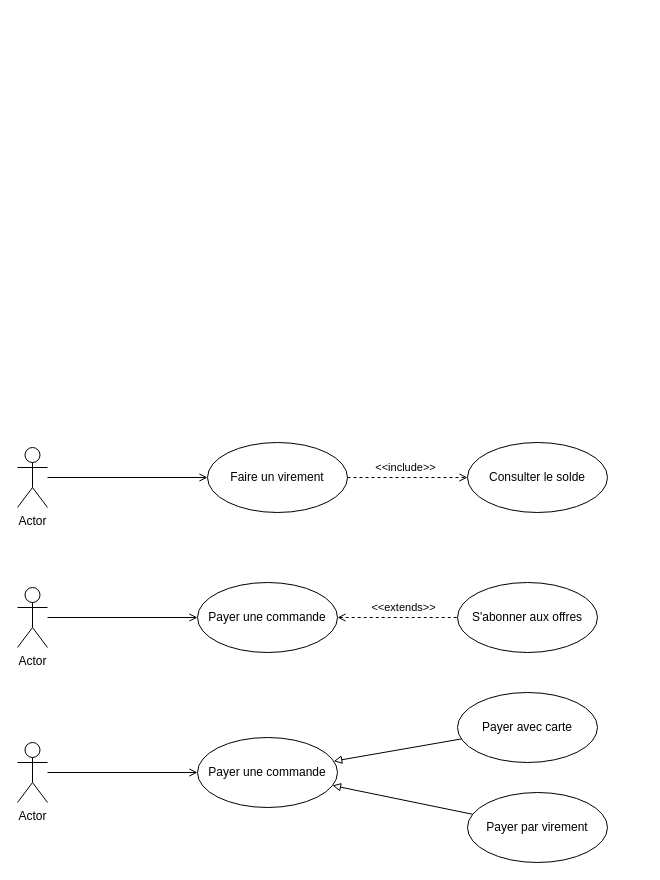
Above: UseCases/Diagrammes/Diagramma base.drawio in choquitofrito/Int3-WAD-UML (draw.io), before the change. Source tidied: cells renumbered, new cells numbered last; positions are measured from the earlier drawing's top-left corner, leaving out a move shared by most shapes. Both pictures are drawn from the tidied source at 100%, with x=0, y=0 at pixel (17, 442).
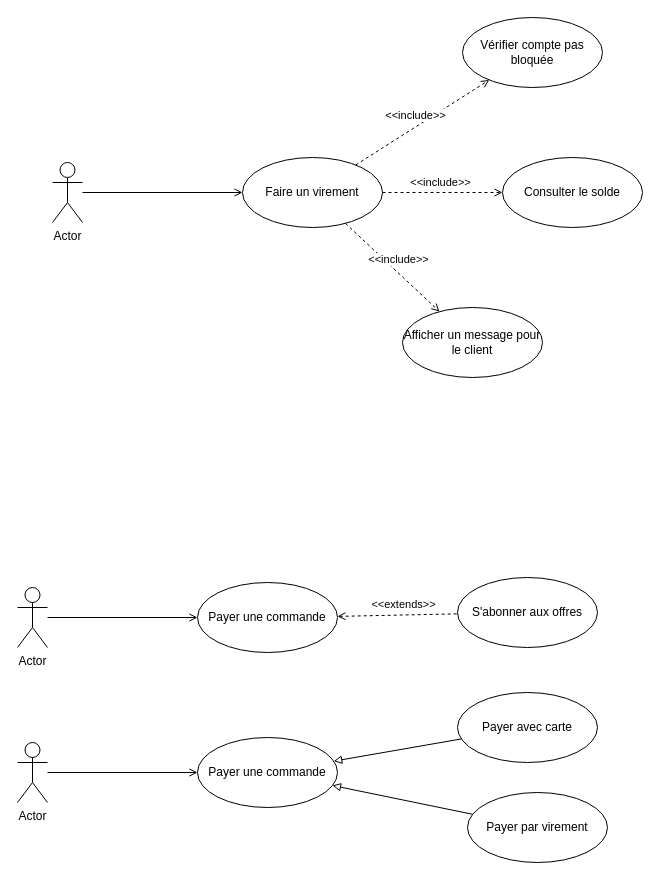
Above is the later version.

Commit message (it also covers changes not shown here):
extra diagramme

The change refers to these unchanged cells:
```xml
<mxCell id="8" value="Actor" style="shape=umlActor;verticalLabelPosition=bottom;verticalAlign=top;html=1;" parent="1" vertex="1">
  <mxGeometry y="145" width="30" height="60" as="geometry" />
</mxCell>
<mxCell id="9" value="Payer une commande" style="ellipse;whiteSpace=wrap;html=1;" parent="1" vertex="1">
  <mxGeometry x="180" y="140" width="140" height="70" as="geometry" />
</mxCell>
<mxCell id="13" value="Actor" style="shape=umlActor;verticalLabelPosition=bottom;verticalAlign=top;html=1;outlineConnect=0;" parent="1" vertex="1">
  <mxGeometry y="300" width="30" height="60" as="geometry" />
</mxCell>
<mxCell id="16" value="Payer une commande" style="ellipse;whiteSpace=wrap;html=1;" parent="1" vertex="1">
  <mxGeometry x="180" y="295" width="140" height="70" as="geometry" />
</mxCell>
```

Change to the diagram source:
```diff
@@
-    <mxCell id="2" style="edgeStyle=orthogonalEdgeStyle;rounded=0;jettySize=auto;html=1;startArrow=none;startFill=0;endArrow=open;endFill=0;" parent="1" edge="1" source="3" target="4">
+    <mxCell id="2" style="rounded=0;jettySize=auto;html=1;startArrow=none;startFill=0;endArrow=open;endFill=0;" parent="1" edge="1" source="3" target="4">
       <mxGeometry relative="1" as="geometry" />
     </mxCell>
     <mxCell id="3" value="Actor" style="shape=umlActor;verticalLabelPosition=bottom;verticalAlign=top;html=1;" parent="1" vertex="1">
-      <mxGeometry y="5" width="30" height="60" as="geometry" />
+      <mxGeometry x="35" y="-280" width="30" height="60" as="geometry" />
     </mxCell>
     <mxCell id="4" value="Faire un virement" style="ellipse;whiteSpace=wrap;html=1;" parent="1" vertex="1">
-      <mxGeometry x="190" width="140" height="70" as="geometry" />
+      <mxGeometry x="225" y="-285" width="140" height="70" as="geometry" />
     </mxCell>
     <mxCell id="5" value="Consulter le solde" style="ellipse;whiteSpace=wrap;html=1;" parent="1" vertex="1">
-      <mxGeometry x="450" width="140" height="70" as="geometry" />
+      <mxGeometry x="485" y="-285" width="140" height="70" as="geometry" />
     </mxCell>
@@
-    <mxCell id="7" style="edgeStyle=orthogonalEdgeStyle;rounded=0;jettySize=auto;html=1;startArrow=none;startFill=0;endArrow=open;endFill=0;" parent="1" edge="1" source="8" target="9">
+    <mxCell id="7" style="rounded=0;jettySize=auto;html=1;startArrow=none;startFill=0;endArrow=open;endFill=0;" parent="1" edge="1" source="8" target="9">
       <mxGeometry relative="1" as="geometry" />
     </mxCell>
@@
     <mxCell id="10" value="S'abonner aux offres" style="ellipse;whiteSpace=wrap;html=1;" parent="1" vertex="1">
-      <mxGeometry x="440" y="140" width="140" height="70" as="geometry" />
+      <mxGeometry x="440" y="135" width="140" height="70" as="geometry" />
     </mxCell>
@@
-    <mxCell id="12" style="edgeStyle=orthogonalEdgeStyle;rounded=0;jettySize=auto;html=1;startArrow=none;startFill=0;endArrow=open;endFill=0;" parent="1" edge="1" source="13" target="16">
+    <mxCell id="12" style="rounded=0;jettySize=auto;html=1;startArrow=none;startFill=0;endArrow=open;endFill=0;" parent="1" edge="1" source="13" target="16">
       <mxGeometry relative="1" as="geometry" />
     </mxCell>
@@
+    <mxCell id="19" value="Vérifier compte pas bloquée" style="ellipse;whiteSpace=wrap;html=1;" parent="1" vertex="1">
+      <mxGeometry x="445" y="-425" width="140" height="70" as="geometry" />
+    </mxCell>
+    <mxCell id="20" value="&amp;lt;&amp;lt;include&amp;gt;&amp;gt;" style="endArrow=open;html=1;endFill=0;dashed=1;" parent="1" edge="1" source="4" target="19">
+      <mxGeometry x="-0.03" y="10" relative="1" as="geometry" />
+    </mxCell>
+    <mxCell id="21" value="Afficher un message pour le client" style="ellipse;whiteSpace=wrap;html=1;" parent="1" vertex="1">
+      <mxGeometry x="385" y="-135" width="140" height="70" as="geometry" />
+    </mxCell>
+    <mxCell id="22" value="&amp;lt;&amp;lt;include&amp;gt;&amp;gt;" style="endArrow=open;html=1;endFill=0;dashed=1;" parent="1" edge="1" source="4" target="21">
+      <mxGeometry x="-0.03" y="10" relative="1" as="geometry" />
+    </mxCell>
```
